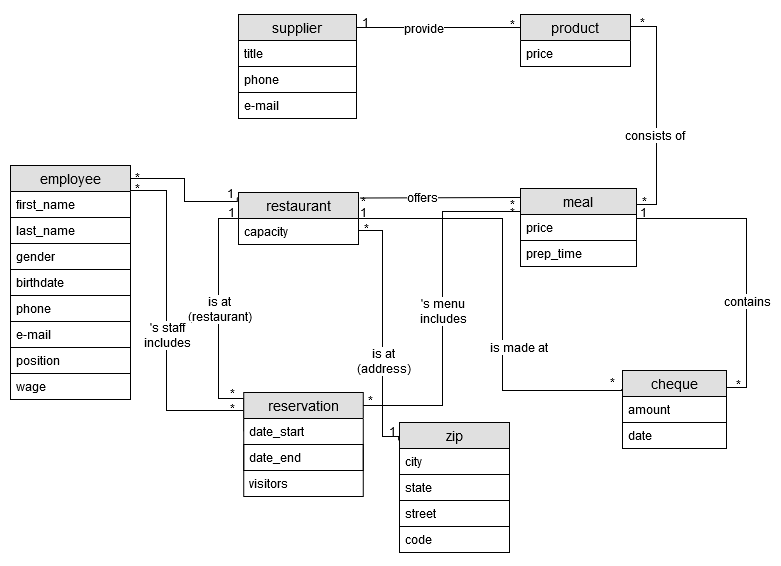
Before: img/ER Diagram.png, a diagram exported from draw.io (olesiamelnychyn/Project-DBS). Source tidied: cells renumbered, new cells last; positions are measured from the earlier drawing's top-left corner, leaving out a move shared by most shapes.
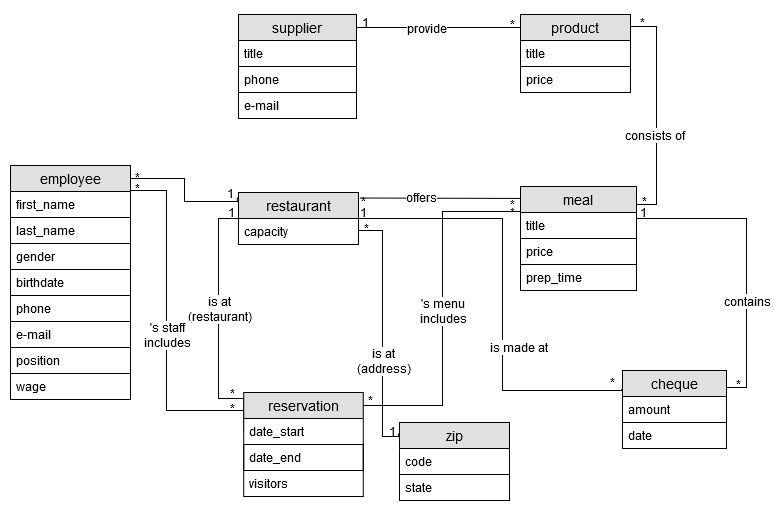
After the commit.

Diff of the diagram source:
```diff
@@ -202,35 +202,35 @@
       <mxGeometry y="26" width="120" height="26" as="geometry" />
     </mxCell>
     <mxCell id="45" value="zip" style="swimlane;fontStyle=0;horizontal=1;startSize=26;fillColor=#e0e0e0;swimlaneFillColor=#ffffff;align=center;fontSize=14;" parent="1" vertex="1">
-      <mxGeometry x="389" y="412" width="110" height="130" as="geometry" />
+      <mxGeometry x="389" y="412" width="110" height="78" as="geometry" />
     </mxCell>
-    <mxCell id="46" value="city" style="text;strokeColor=#000000;fillColor=none;spacingLeft=4;spacingRight=4;overflow=hidden;fontSize=12;" parent="45" vertex="1">
-      <mxGeometry y="26" width="110" height="26" as="geometry" />
-    </mxCell>
+    <mxCell id="49" value="code" style="text;strokeColor=none;fillColor=none;spacingLeft=4;spacingRight=4;overflow=hidden;fontSize=12;" parent="45" vertex="1">
+      <mxGeometry y="26" width="110" height="26" as="geometry" />
+    </mxCell>
     <mxCell id="47" value="state" style="text;strokeColor=#000000;fillColor=none;spacingLeft=4;spacingRight=4;overflow=hidden;fontSize=12;" parent="45" vertex="1">
       <mxGeometry y="52" width="110" height="26" as="geometry" />
     </mxCell>
-    <mxCell id="48" value="street" style="text;strokeColor=#000000;fillColor=none;spacingLeft=4;spacingRight=4;overflow=hidden;fontSize=12;" parent="45" vertex="1">
-      <mxGeometry y="78" width="110" height="26" as="geometry" />
-    </mxCell>
-    <mxCell id="49" value="code" style="text;strokeColor=none;fillColor=none;spacingLeft=4;spacingRight=4;overflow=hidden;fontSize=12;" parent="45" vertex="1">
-      <mxGeometry y="104" width="110" height="26" as="geometry" />
-    </mxCell>
     <mxCell id="50" value="meal" style="swimlane;fontStyle=0;horizontal=1;startSize=26;fillColor=#e0e0e0;swimlaneFillColor=#ffffff;align=center;fontSize=14;" parent="1" vertex="1">
-      <mxGeometry x="510" y="178" width="116" height="78" as="geometry" />
+      <mxGeometry x="510" y="176" width="116" height="104" as="geometry" />
     </mxCell>
+    <mxCell id="74" value="title" style="text;strokeColor=#000000;fillColor=none;spacingLeft=4;spacingRight=4;overflow=hidden;fontSize=12;" parent="50" vertex="1">
+      <mxGeometry y="26" width="116" height="26" as="geometry" />
+    </mxCell>
     <mxCell id="51" value="price" style="text;strokeColor=#000000;fillColor=none;spacingLeft=4;spacingRight=4;overflow=hidden;fontSize=12;" parent="50" vertex="1">
-      <mxGeometry y="26" width="116" height="26" as="geometry" />
+      <mxGeometry y="52" width="116" height="26" as="geometry" />
     </mxCell>
     <mxCell id="52" value="prep_time" style="text;strokeColor=none;fillColor=none;spacingLeft=4;spacingRight=4;overflow=hidden;fontSize=12;" parent="50" vertex="1">
-      <mxGeometry y="52" width="116" height="26" as="geometry" />
+      <mxGeometry y="78" width="116" height="26" as="geometry" />
     </mxCell>
     <mxCell id="53" value="product" style="swimlane;fontStyle=0;horizontal=1;startSize=26;fillColor=#e0e0e0;swimlaneFillColor=#ffffff;align=center;fontSize=14;" parent="1" vertex="1">
-      <mxGeometry x="510" y="4" width="110" height="52" as="geometry" />
+      <mxGeometry x="510" y="4" width="110" height="78" as="geometry" />
     </mxCell>
-    <mxCell id="54" value="price" style="text;strokeColor=none;fillColor=none;spacingLeft=4;spacingRight=4;overflow=hidden;fontSize=12;" parent="53" vertex="1">
+    <mxCell id="54" value="title" style="text;strokeColor=#000000;fillColor=none;spacingLeft=4;spacingRight=4;overflow=hidden;fontSize=12;" parent="53" vertex="1">
       <mxGeometry y="26" width="110" height="26" as="geometry" />
     </mxCell>
+    <mxCell id="75" value="price" style="text;strokeColor=none;fillColor=none;spacingLeft=4;spacingRight=4;overflow=hidden;fontSize=12;" parent="53" vertex="1">
+      <mxGeometry y="52" width="110" height="26" as="geometry" />
+    </mxCell>
     <mxCell id="55" value="supplier" style="swimlane;fontStyle=0;horizontal=1;startSize=26;fillColor=#e0e0e0;swimlaneFillColor=#ffffff;align=center;fontSize=14;" parent="1" vertex="1">
       <mxGeometry x="228" y="4" width="118" height="104" as="geometry" />
     </mxCell>
```
